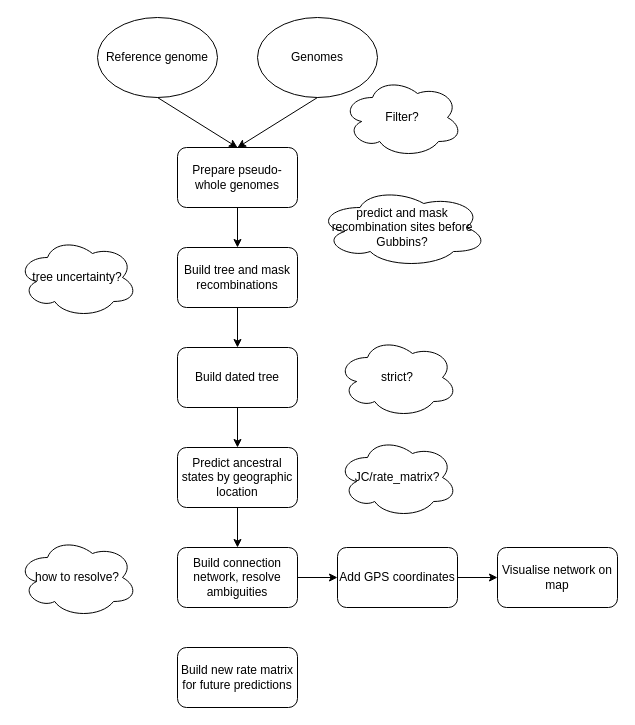
Above: prophyl.drawio in mesti90/prophyl_extra_pruning (draw.io), before the change. Source tidied: cells renumbered, new cells numbered last; positions are measured from the earlier drawing's top-left corner, leaving out a move shared by most shapes. Both pictures are drawn from the tidied source at 100%, with x=0, y=0 at pixel (17, 17).
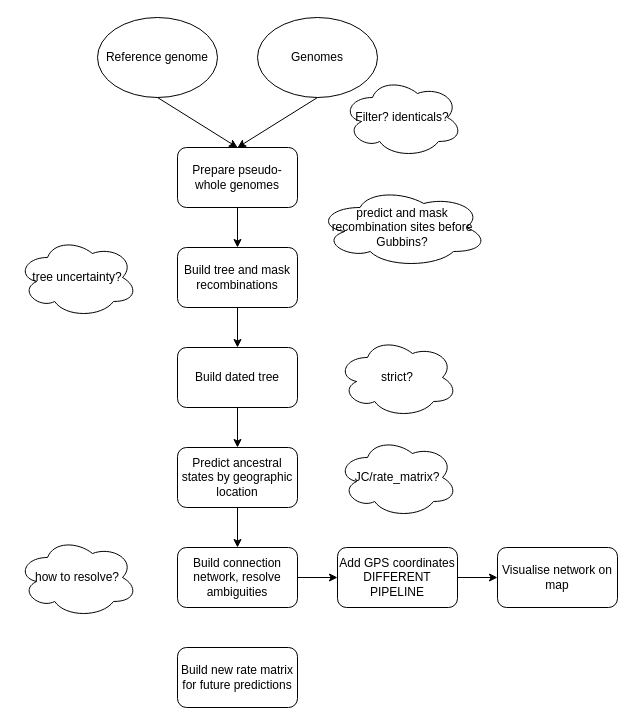
Above is the later version.

Commit message (it also covers changes not shown here):
Prep snippy input for nf pipeline

The edit, as a diff of the source:
```diff
@@
-    <mxCell id="16" value="Add GPS coordinates" style="rounded=1;whiteSpace=wrap;html=1;" parent="1" vertex="1">
+    <mxCell id="16" value="&lt;div&gt;Add GPS coordinates&lt;br&gt;DIFFERENT PIPELINE&lt;br&gt;&lt;/div&gt;" style="rounded=1;whiteSpace=wrap;html=1;" parent="1" vertex="1">
       <mxGeometry x="320" y="530" width="120" height="60" as="geometry" />
     </mxCell>
@@
-    <mxCell id="22" value="Filter?" style="ellipse;shape=cloud;whiteSpace=wrap;html=1;" parent="1" vertex="1">
+    <mxCell id="22" value="Filter? identicals?" style="ellipse;shape=cloud;whiteSpace=wrap;html=1;" parent="1" vertex="1">
       <mxGeometry x="325" y="60" width="120" height="80" as="geometry" />
     </mxCell>
```
